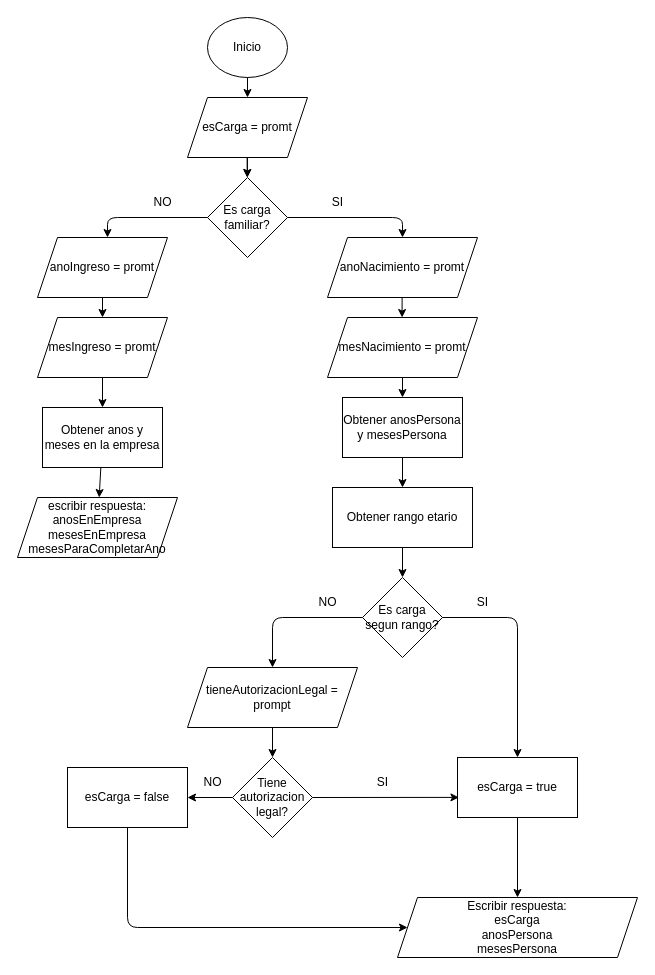
galiardi/modulo3-grupal2 keeps this draw.io diagram as grupal2.drawio. Above is the earlier version. Source tidied: cells renumbered, new cells numbered last; positions are measured from the earlier drawing's top-left corner, leaving out a move shared by most shapes. Both pictures are drawn from the tidied source at 100%, with x=0, y=0 at pixel (17, 17).
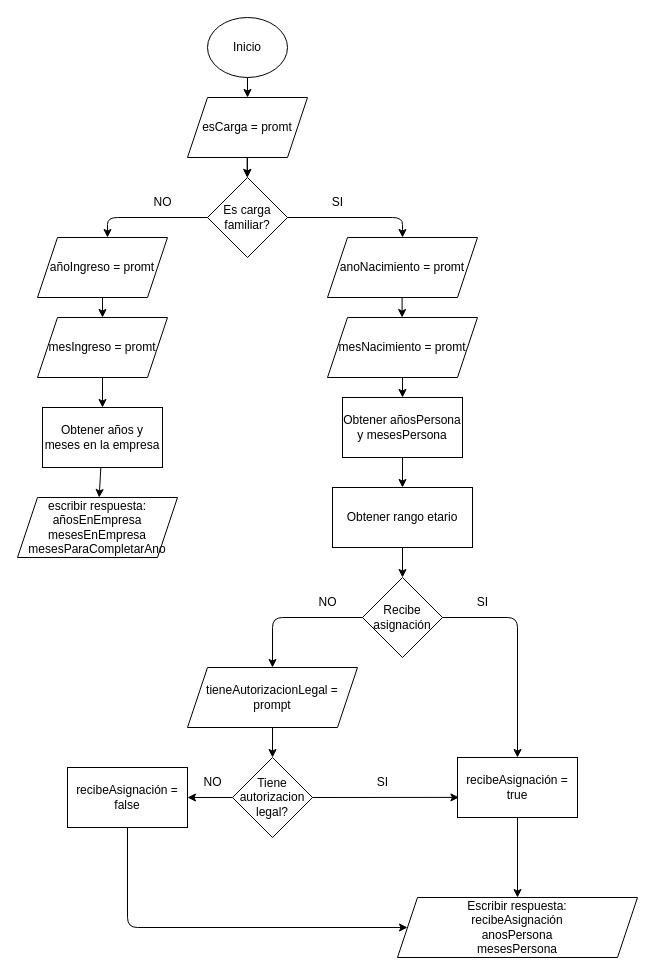
The same page after the edit.

Commit message (it also covers changes not shown here):
Trabajo en clases

Diff of the diagram source:
```diff
@@
-    <mxCell id="10" value="anoIngreso = promt" style="shape=parallelogram;perimeter=parallelogramPerimeter;whiteSpace=wrap;html=1;fixedSize=1;" parent="1" vertex="1">
+    <mxCell id="10" value="añoIngreso = promt" style="shape=parallelogram;perimeter=parallelogramPerimeter;whiteSpace=wrap;html=1;fixedSize=1;" parent="1" vertex="1">
       <mxGeometry x="20" y="220" width="130" height="60" as="geometry" />
     </mxCell>
@@
-    <mxCell id="23" value="Obtener anos y meses en la empresa" style="rounded=0;whiteSpace=wrap;html=1;" parent="1" vertex="1">
+    <mxCell id="23" value="Obtener años y meses en la empresa" style="rounded=0;whiteSpace=wrap;html=1;" parent="1" vertex="1">
       <mxGeometry x="25" y="390" width="120" height="60" as="geometry" />
     </mxCell>
-    <mxCell id="24" value="escribir respuesta:&lt;br&gt;anosEnEmpresa&lt;br&gt;mesesEnEmpresa&lt;br&gt;mesesParaCompletarAno" style="shape=parallelogram;perimeter=parallelogramPerimeter;whiteSpace=wrap;html=1;fixedSize=1;" parent="1" vertex="1">
+    <mxCell id="24" value="escribir respuesta:&lt;br&gt;añosEnEmpresa&lt;br&gt;mesesEnEmpresa&lt;br&gt;mesesParaCompletarAno" style="shape=parallelogram;perimeter=parallelogramPerimeter;whiteSpace=wrap;html=1;fixedSize=1;" parent="1" vertex="1">
       <mxGeometry y="480" width="160" height="60" as="geometry" />
     </mxCell>
@@
-    <mxCell id="26" value="Es carga segun rango?" style="rhombus;whiteSpace=wrap;html=1;" parent="1" vertex="1">
+    <mxCell id="26" value="Recibe asignación" style="rhombus;whiteSpace=wrap;html=1;" parent="1" vertex="1">
       <mxGeometry x="345" y="560" width="80" height="80" as="geometry" />
     </mxCell>
@@
-    <mxCell id="32" value="Escribir respuesta:&lt;br&gt;esCarga&lt;br&gt;anosPersona&lt;br&gt;mesesPersona" style="shape=parallelogram;perimeter=parallelogramPerimeter;whiteSpace=wrap;html=1;fixedSize=1;" parent="1" vertex="1">
+    <mxCell id="32" value="Escribir respuesta:&lt;br&gt;recibeAsignación&lt;br&gt;anosPersona&lt;br&gt;mesesPersona" style="shape=parallelogram;perimeter=parallelogramPerimeter;whiteSpace=wrap;html=1;fixedSize=1;" parent="1" vertex="1">
       <mxGeometry x="380" y="880" width="240" height="60" as="geometry" />
     </mxCell>
@@
-    <mxCell id="34" value="esCarga = true" style="rounded=0;whiteSpace=wrap;html=1;" parent="1" vertex="1">
+    <mxCell id="34" value="recibeAsignación = true" style="rounded=0;whiteSpace=wrap;html=1;" parent="1" vertex="1">
       <mxGeometry x="440" y="740" width="120" height="60" as="geometry" />
     </mxCell>
@@
-    <mxCell id="39" value="esCarga = false" style="rounded=0;whiteSpace=wrap;html=1;" parent="1" vertex="1">
+    <mxCell id="39" value="recibeAsignación = false" style="rounded=0;whiteSpace=wrap;html=1;" parent="1" vertex="1">
       <mxGeometry x="50" y="750" width="120" height="60" as="geometry" />
     </mxCell>
@@
-    <mxCell id="43" value="Obtener anosPersona y mesesPersona" style="rounded=0;whiteSpace=wrap;html=1;" parent="1" vertex="1">
+    <mxCell id="43" value="Obtener añosPersona y mesesPersona" style="rounded=0;whiteSpace=wrap;html=1;" parent="1" vertex="1">
       <mxGeometry x="325" y="380" width="120" height="60" as="geometry" />
     </mxCell>
```
